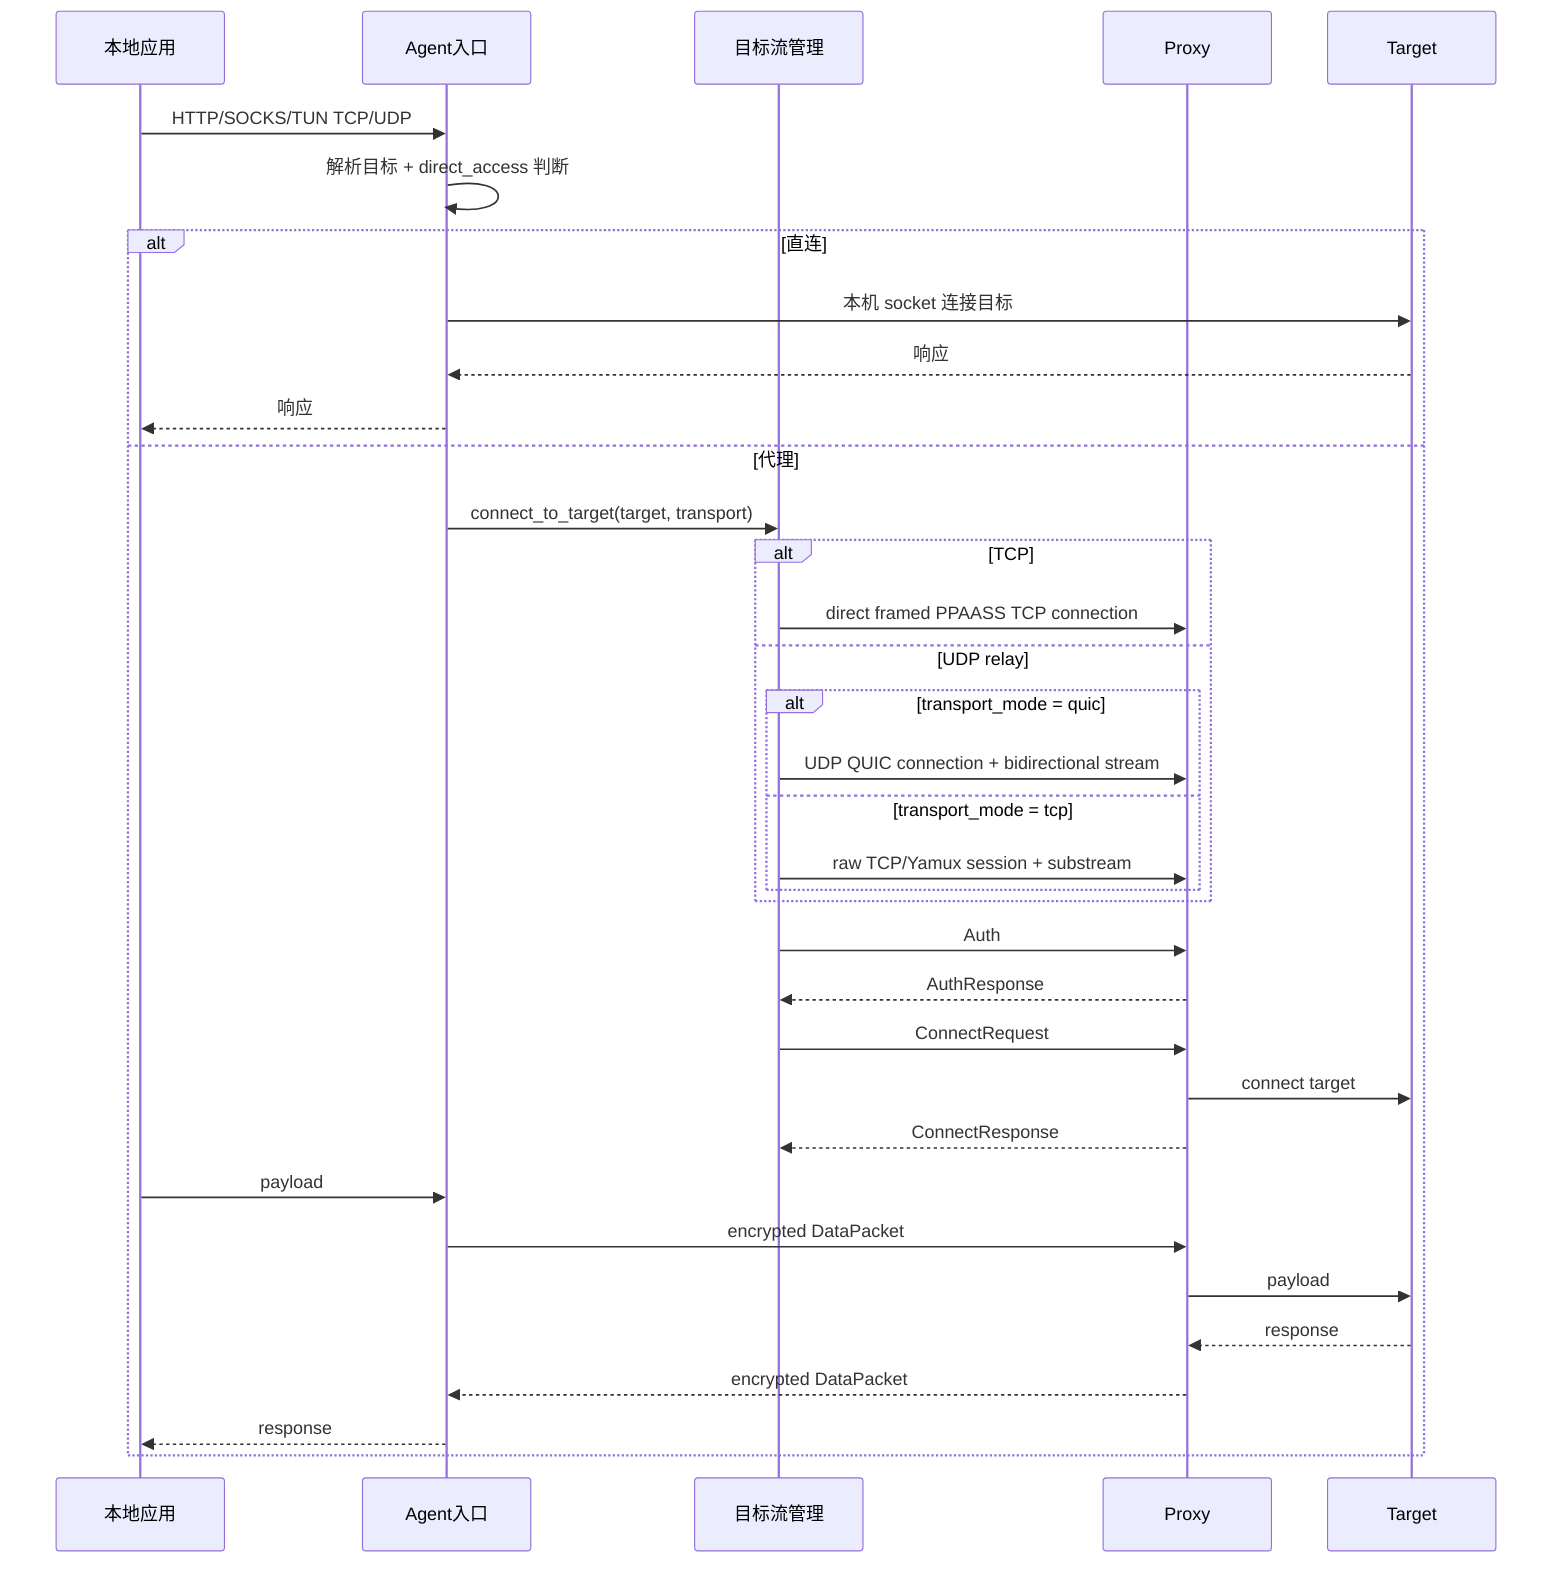
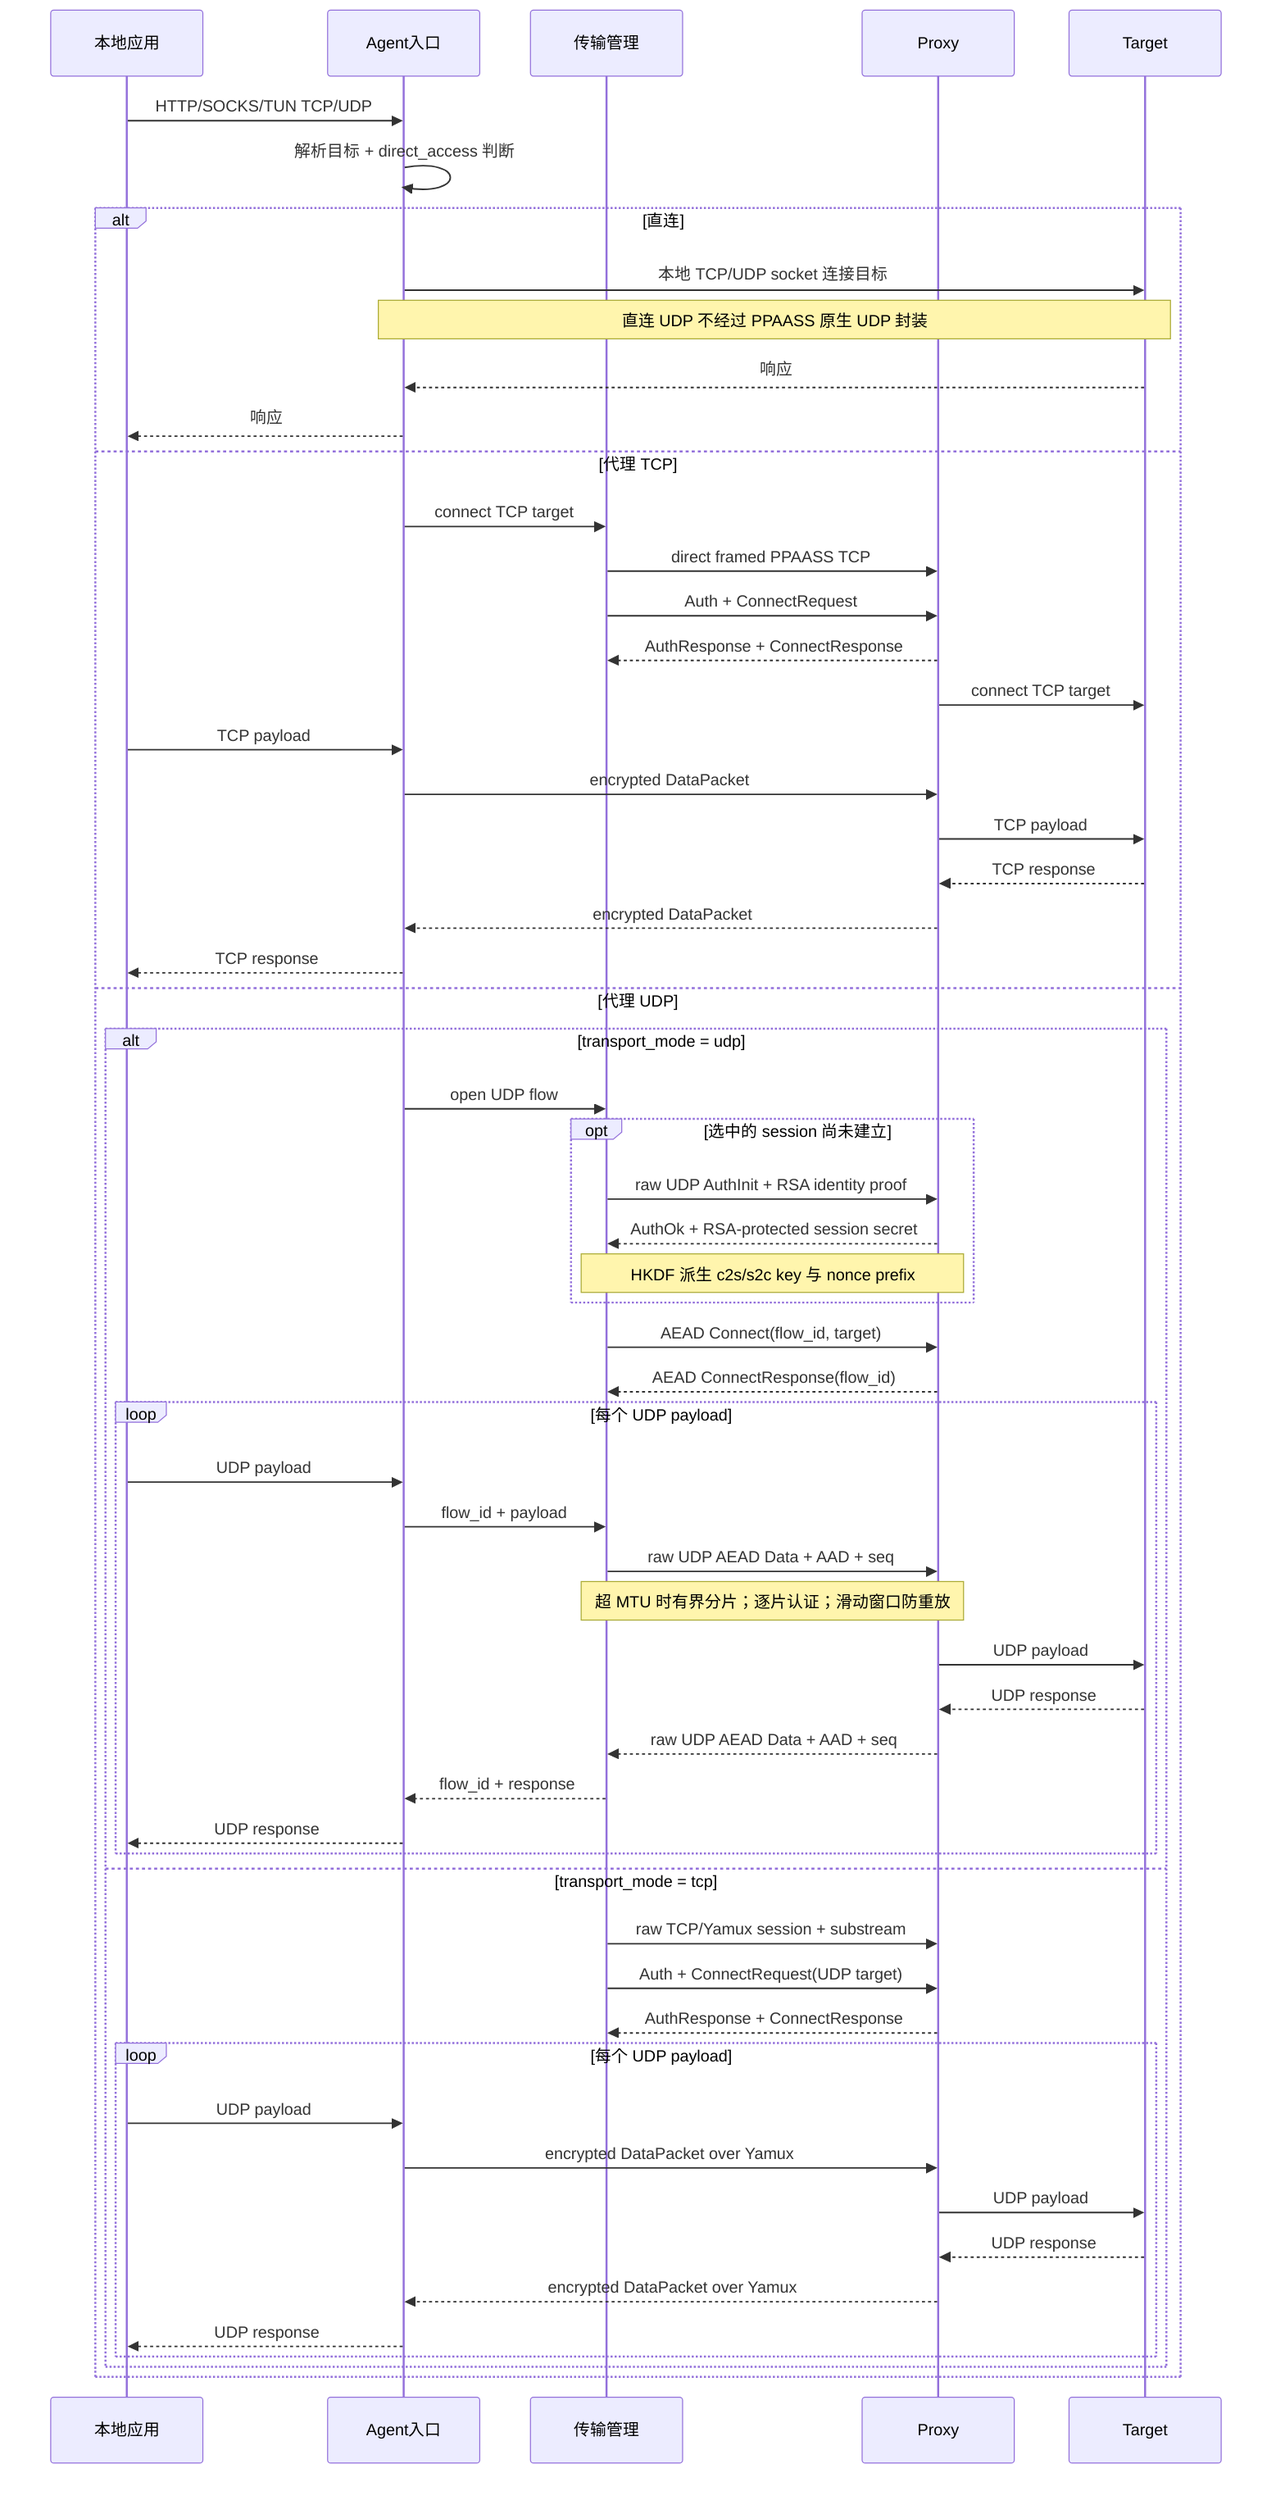
sequenceDiagram
    participant App as 本地应用
    participant Agent as Agent入口
-     participant Streams as 目标流管理
+     participant Transport as 传输管理
    participant Proxy as Proxy
    participant Target as Target

    App->>Agent: HTTP/SOCKS/TUN TCP/UDP
    Agent->>Agent: 解析目标 + direct_access 判断
    alt 直连
-         Agent->>Target: 本机 socket 连接目标
+         Agent->>Target: 本地 TCP/UDP socket 连接目标
+         Note over Agent,Target: 直连 UDP 不经过 PPAASS 原生 UDP 封装
        Target-->>Agent: 响应
        Agent-->>App: 响应
-     else 代理
-         Agent->>Streams: connect_to_target(target, transport)
-         alt TCP
-             Streams->>Proxy: direct framed PPAASS TCP connection
-         else UDP relay
-             alt transport_mode = quic
-                 Streams->>Proxy: UDP QUIC connection + bidirectional stream
-             else transport_mode = tcp
-                 Streams->>Proxy: raw TCP/Yamux session + substream
+     else 代理 TCP
+         Agent->>Transport: connect TCP target
+         Transport->>Proxy: direct framed PPAASS TCP
+         Transport->>Proxy: Auth + ConnectRequest
+         Proxy-->>Transport: AuthResponse + ConnectResponse
+         Proxy->>Target: connect TCP target
+         App->>Agent: TCP payload
+         Agent->>Proxy: encrypted DataPacket
+         Proxy->>Target: TCP payload
+         Target-->>Proxy: TCP response
+         Proxy-->>Agent: encrypted DataPacket
+         Agent-->>App: TCP response
+     else 代理 UDP
+         alt transport_mode = udp
+             Agent->>Transport: open UDP flow
+             opt 选中的 session 尚未建立
+                 Transport->>Proxy: raw UDP AuthInit + RSA identity proof
+                 Proxy-->>Transport: AuthOk + RSA-protected session secret
+                 Note over Transport,Proxy: HKDF 派生 c2s/s2c key 与 nonce prefix
+             end
+             Transport->>Proxy: AEAD Connect(flow_id, target)
+             Proxy-->>Transport: AEAD ConnectResponse(flow_id)
+             loop 每个 UDP payload
+                 App->>Agent: UDP payload
+                 Agent->>Transport: flow_id + payload
+                 Transport->>Proxy: raw UDP AEAD Data + AAD + seq
+                 Note over Transport,Proxy: 超 MTU 时有界分片；逐片认证；滑动窗口防重放
+                 Proxy->>Target: UDP payload
+                 Target-->>Proxy: UDP response
+                 Proxy-->>Transport: raw UDP AEAD Data + AAD + seq
+                 Transport-->>Agent: flow_id + response
+                 Agent-->>App: UDP response
+             end
+         else transport_mode = tcp
+             Transport->>Proxy: raw TCP/Yamux session + substream
+             Transport->>Proxy: Auth + ConnectRequest(UDP target)
+             Proxy-->>Transport: AuthResponse + ConnectResponse
+             loop 每个 UDP payload
+                 App->>Agent: UDP payload
+                 Agent->>Proxy: encrypted DataPacket over Yamux
+                 Proxy->>Target: UDP payload
+                 Target-->>Proxy: UDP response
+                 Proxy-->>Agent: encrypted DataPacket over Yamux
+                 Agent-->>App: UDP response
            end
        end
-         Streams->>Proxy: Auth
-         Proxy-->>Streams: AuthResponse
-         Streams->>Proxy: ConnectRequest
-         Proxy->>Target: connect target
-         Proxy-->>Streams: ConnectResponse
-         App->>Agent: payload
-         Agent->>Proxy: encrypted DataPacket
-         Proxy->>Target: payload
-         Target-->>Proxy: response
-         Proxy-->>Agent: encrypted DataPacket
-         Agent-->>App: response
    end
